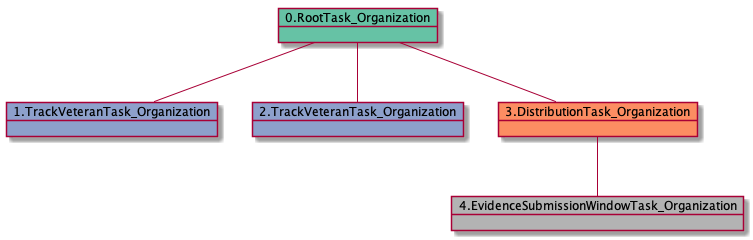
Earlier version of the PlantUML export docs-ES/uml/RTO.TVTO.TVTO.DTO-40894.png (yoomlam/graphing).
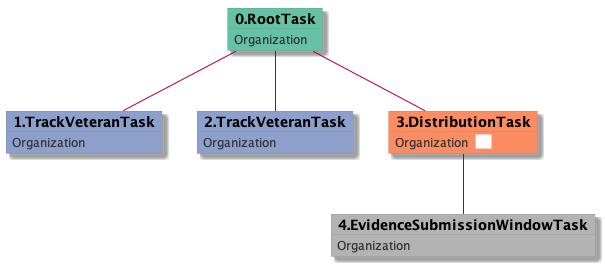
The same file after the commit.

The edit, as a diff of the source:
```diff
@@ -1,11 +1,29 @@
 @startuml
-object 0.RootTask_Organization #66c2a5
-object 1.TrackVeteranTask_Organization #8da0cb
-object 2.TrackVeteranTask_Organization #8da0cb
-object 3.DistributionTask_Organization #fc8d62
-object 4.EvidenceSubmissionWindowTask_Organization #b3b3b3
-0.RootTask_Organization -- 1.TrackVeteranTask_Organization
-0.RootTask_Organization -- 2.TrackVeteranTask_Organization
-0.RootTask_Organization -- 3.DistributionTask_Organization
-3.DistributionTask_Organization -- 4.EvidenceSubmissionWindowTask_Organization
+skinparam {
+  ObjectBorderColor #555
+  ObjectBorderThickness 0
+  ObjectFontStyle bold
+  ObjectFontSize 14
+  ObjectAttributeFontColor #333
+  ObjectAttributeFontSize 12
+}
+  object 0.RootTask #66c2a5 {
+Organization
+}
+  object 1.TrackVeteranTask #8da0cb {
+Organization
+}
+  object 2.TrackVeteranTask #8da0cb {
+Organization
+}
+  object 3.DistributionTask #fc8d62 {
+Organization  <back:white>    </back>
+}
+  object 4.EvidenceSubmissionWindowTask #b3b3b3 {
+Organization
+}
+0.RootTask -- 1.TrackVeteranTask
+0.RootTask -- 2.TrackVeteranTask
+0.RootTask -- 3.DistributionTask
+3.DistributionTask -- 4.EvidenceSubmissionWindowTask
 @enduml
```
